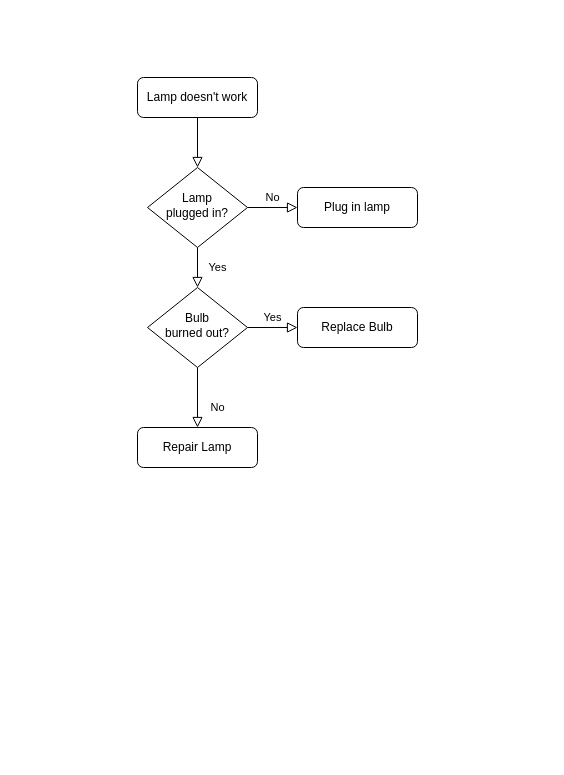
This is Untitled Diagram.drawio from YounTaekSeon/study_vue, a draw.io file, before an edit. Source tidied: cells renumbered, new cells numbered last; positions are measured from the earlier drawing's top-left corner, leaving out a move shared by most shapes. Both pictures are drawn from the tidied source at 100%, with x=0, y=0 at pixel (137, 77).
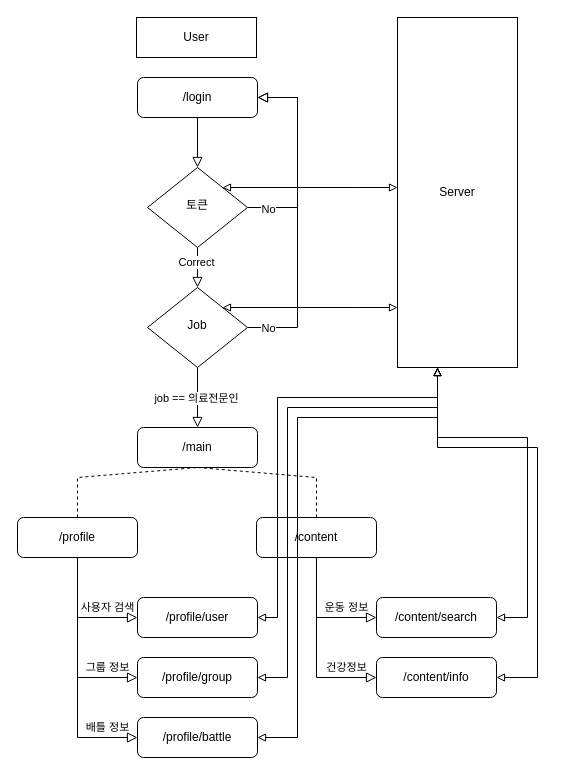
The same page after the edit.

Commit message:
First commit(User/Server/Components/Data)

What changed in the source:
```diff
@@
-    <mxCell id="3" value="Lamp doesn't work" style="rounded=1;whiteSpace=wrap;html=1;fontSize=12;glass=0;strokeWidth=1;shadow=0;" parent="1" vertex="1">
+    <mxCell id="3" value="/login" style="rounded=1;whiteSpace=wrap;html=1;fontSize=12;glass=0;strokeWidth=1;shadow=0;" parent="1" vertex="1">
       <mxGeometry width="120" height="40" as="geometry" />
     </mxCell>
-    <mxCell id="4" value="Yes" style="rounded=0;html=1;jettySize=auto;fontSize=11;endArrow=block;endFill=0;endSize=8;strokeWidth=1;shadow=0;labelBackgroundColor=none;edgeStyle=orthogonalEdgeStyle;" parent="1" edge="1" source="6" target="10">
-      <mxGeometry y="20" relative="1" as="geometry" />
-    </mxCell>
-    <mxCell id="5" value="No" style="edgeStyle=orthogonalEdgeStyle;rounded=0;html=1;jettySize=auto;fontSize=11;endArrow=block;endFill=0;endSize=8;strokeWidth=1;shadow=0;labelBackgroundColor=none;" parent="1" edge="1" source="6" target="7">
-      <mxGeometry y="10" relative="1" as="geometry" />
-    </mxCell>
-    <mxCell id="6" value="Lamp&lt;br&gt;plugged in?" style="rhombus;whiteSpace=wrap;html=1;shadow=0;fontFamily=Helvetica;fontSize=12;align=center;strokeWidth=1;spacing=6;spacingTop=-4;" parent="1" vertex="1">
+    <mxCell id="6" value="토큰" style="rhombus;whiteSpace=wrap;html=1;shadow=0;fontFamily=Helvetica;fontSize=12;align=center;strokeWidth=1;spacing=6;spacingTop=-4;" parent="1" vertex="1">
       <mxGeometry x="10" y="90" width="100" height="80" as="geometry" />
     </mxCell>
-    <mxCell id="7" value="Plug in lamp" style="rounded=1;whiteSpace=wrap;html=1;fontSize=12;glass=0;strokeWidth=1;shadow=0;" parent="1" vertex="1">
-      <mxGeometry x="160" y="110" width="120" height="40" as="geometry" />
-    </mxCell>
-    <mxCell id="8" value="No" style="rounded=0;html=1;jettySize=auto;fontSize=11;endArrow=block;endFill=0;endSize=8;strokeWidth=1;shadow=0;labelBackgroundColor=none;edgeStyle=orthogonalEdgeStyle;" parent="1" edge="1" source="10" target="11">
-      <mxGeometry x="0.33" y="20" relative="1" as="geometry" />
-    </mxCell>
-    <mxCell id="9" value="Yes" style="edgeStyle=orthogonalEdgeStyle;rounded=0;html=1;jettySize=auto;fontSize=11;endArrow=block;endFill=0;endSize=8;strokeWidth=1;shadow=0;labelBackgroundColor=none;" parent="1" edge="1" source="10" target="12">
-      <mxGeometry y="10" relative="1" as="geometry" />
-    </mxCell>
-    <mxCell id="10" value="Bulb&lt;br&gt;burned out?" style="rhombus;whiteSpace=wrap;html=1;shadow=0;fontFamily=Helvetica;fontSize=12;align=center;strokeWidth=1;spacing=6;spacingTop=-4;" parent="1" vertex="1">
+    <mxCell id="10" value="Job" style="rhombus;whiteSpace=wrap;html=1;shadow=0;fontFamily=Helvetica;fontSize=12;align=center;strokeWidth=1;spacing=6;spacingTop=-4;" parent="1" vertex="1">
       <mxGeometry x="10" y="210" width="100" height="80" as="geometry" />
     </mxCell>
-    <mxCell id="11" value="Repair Lamp" style="rounded=1;whiteSpace=wrap;html=1;fontSize=12;glass=0;strokeWidth=1;shadow=0;" parent="1" vertex="1">
+    <mxCell id="11" value="/main" style="rounded=1;whiteSpace=wrap;html=1;fontSize=12;glass=0;strokeWidth=1;shadow=0;" parent="1" vertex="1">
       <mxGeometry y="350" width="120" height="40" as="geometry" />
     </mxCell>
-    <mxCell id="12" value="Replace Bulb" style="rounded=1;whiteSpace=wrap;html=1;fontSize=12;glass=0;strokeWidth=1;shadow=0;" parent="1" vertex="1">
-      <mxGeometry x="160" y="230" width="120" height="40" as="geometry" />
-    </mxCell>
+    <mxCell id="13" value="/content" style="rounded=1;whiteSpace=wrap;html=1;" parent="1" vertex="1">
+      <mxGeometry x="119" y="440" width="120" height="40" as="geometry" />
+    </mxCell>
+    <mxCell id="14" value="/profile" style="rounded=1;whiteSpace=wrap;html=1;" parent="1" vertex="1">
+      <mxGeometry x="-120" y="440" width="120" height="40" as="geometry" />
+    </mxCell>
+    <mxCell id="15" style="endArrow=none;dashed=1;html=1;rounded=0;entryX=0.5;entryY=1;entryDx=0;entryDy=0;exitX=0.5;exitY=0;exitDx=0;exitDy=0;" parent="1" edge="1" source="14" target="11">
+      <mxGeometry relative="1" as="geometry">
+        <Array as="points">
+          <mxPoint x="-60" y="400" />
+        </Array>
+      </mxGeometry>
+    </mxCell>
+    <mxCell id="16" style="endArrow=none;dashed=1;html=1;rounded=0;exitX=0.5;exitY=0;exitDx=0;exitDy=0;entryX=0.5;entryY=1;entryDx=0;entryDy=0;" parent="1" edge="1" source="13" target="11">
+      <mxGeometry relative="1" as="geometry">
+        <Array as="points">
+          <mxPoint x="179" y="400" />
+        </Array>
+      </mxGeometry>
+    </mxCell>
+    <mxCell id="17" value="/profile/user" style="rounded=1;whiteSpace=wrap;html=1;" parent="1" vertex="1">
+      <mxGeometry y="520" width="120" height="40" as="geometry" />
+    </mxCell>
+    <mxCell id="18" value="/profile/group" style="rounded=1;whiteSpace=wrap;html=1;" parent="1" vertex="1">
+      <mxGeometry y="580" width="120" height="40" as="geometry" />
+    </mxCell>
+    <mxCell id="19" value="/profile/battle" style="rounded=1;whiteSpace=wrap;html=1;" parent="1" vertex="1">
+      <mxGeometry y="640" width="120" height="40" as="geometry" />
+    </mxCell>
+    <mxCell id="20" value="/content/search" style="rounded=1;whiteSpace=wrap;html=1;" parent="1" vertex="1">
+      <mxGeometry x="239" y="520" width="120" height="40" as="geometry" />
+    </mxCell>
+    <mxCell id="21" value="/content/info" style="rounded=1;whiteSpace=wrap;html=1;" parent="1" vertex="1">
+      <mxGeometry x="239" y="580" width="120" height="40" as="geometry" />
+    </mxCell>
+    <mxCell id="22" value="배틀 정보" style="rounded=0;html=1;jettySize=auto;fontSize=11;endArrow=block;endFill=0;endSize=8;strokeWidth=1;shadow=0;labelBackgroundColor=none;edgeStyle=orthogonalEdgeStyle;exitX=0.5;exitY=1;exitDx=0;exitDy=0;entryX=0;entryY=0.5;entryDx=0;entryDy=0;" parent="1" edge="1" source="14" target="19">
+      <mxGeometry x="0.75" y="10" relative="1" as="geometry" />
+    </mxCell>
+    <mxCell id="23" value="그룹 정보" style="rounded=0;html=1;jettySize=auto;fontSize=11;endArrow=block;endFill=0;endSize=8;strokeWidth=1;shadow=0;labelBackgroundColor=none;edgeStyle=orthogonalEdgeStyle;entryX=0;entryY=0.5;entryDx=0;entryDy=0;" parent="1" edge="1" target="18">
+      <mxGeometry x="0.67" y="10" relative="1" as="geometry">
+        <mxPoint x="-60" y="480" as="sourcePoint" />
+        <Array as="points">
+          <mxPoint x="-60" y="600" />
+        </Array>
+      </mxGeometry>
+    </mxCell>
+    <mxCell id="24" value="사용자 검색" style="rounded=0;html=1;jettySize=auto;fontSize=11;endArrow=block;endFill=0;endSize=8;strokeWidth=1;shadow=0;labelBackgroundColor=none;edgeStyle=orthogonalEdgeStyle;entryX=0;entryY=0.5;entryDx=0;entryDy=0;" parent="1" edge="1" target="17">
+      <mxGeometry x="0.5" y="10" relative="1" as="geometry">
+        <mxPoint x="-60" y="480" as="sourcePoint" />
+        <Array as="points">
+          <mxPoint x="-60" y="540" />
+        </Array>
+      </mxGeometry>
+    </mxCell>
+    <mxCell id="25" style="rounded=0;html=1;jettySize=auto;fontSize=11;endArrow=block;endFill=0;endSize=8;strokeWidth=1;shadow=0;labelBackgroundColor=none;edgeStyle=orthogonalEdgeStyle;entryX=1;entryY=0.5;entryDx=0;entryDy=0;exitX=1;exitY=0.5;exitDx=0;exitDy=0;" parent="1" edge="1" source="6" target="3">
+      <mxGeometry relative="1" as="geometry">
+        <Array as="points">
+          <mxPoint x="160" y="130" />
+          <mxPoint x="160" y="20" />
+        </Array>
+      </mxGeometry>
+    </mxCell>
+    <mxCell id="26" style="rounded=0;html=1;jettySize=auto;fontSize=11;endArrow=block;endFill=0;endSize=8;strokeWidth=1;shadow=0;labelBackgroundColor=none;edgeStyle=orthogonalEdgeStyle;exitX=1;exitY=0.5;exitDx=0;exitDy=0;" parent="1" edge="1" source="10">
+      <mxGeometry relative="1" as="geometry">
+        <mxPoint x="120" y="20" as="targetPoint" />
+        <Array as="points">
+          <mxPoint x="160" y="250" />
+          <mxPoint x="160" y="20" />
+        </Array>
+      </mxGeometry>
+    </mxCell>
+    <mxCell id="27" value="No" style="edgeLabel;html=1;align=center;verticalAlign=middle;" parent="26" vertex="1">
+      <mxGeometry x="0.52" y="-2" relative="1" as="geometry">
+        <mxPoint x="-32" y="74" as="offset" />
+      </mxGeometry>
+    </mxCell>
+    <mxCell id="28" value="No" style="edgeLabel;html=1;align=center;verticalAlign=middle;" parent="26" vertex="1">
+      <mxGeometry x="-0.33" relative="1" as="geometry">
+        <mxPoint x="-30" y="57" as="offset" />
+      </mxGeometry>
+    </mxCell>
+    <mxCell id="29" style="rounded=0;html=1;jettySize=auto;fontSize=11;endArrow=block;endFill=0;endSize=8;strokeWidth=1;shadow=0;labelBackgroundColor=none;edgeStyle=orthogonalEdgeStyle;" parent="1" edge="1" target="10">
+      <mxGeometry relative="1" as="geometry">
+        <mxPoint x="60" y="170" as="sourcePoint" />
+        <Array as="points">
+          <mxPoint x="60" y="190" />
+          <mxPoint x="60" y="190" />
+        </Array>
+      </mxGeometry>
+    </mxCell>
+    <mxCell id="30" value="Correct" style="edgeLabel;html=1;align=center;verticalAlign=middle;" parent="29" vertex="1">
+      <mxGeometry x="0.52" y="-2" relative="1" as="geometry">
+        <mxPoint y="-16" as="offset" />
+      </mxGeometry>
+    </mxCell>
+    <mxCell id="8" style="rounded=0;html=1;jettySize=auto;fontSize=11;endArrow=block;endFill=0;endSize=8;strokeWidth=1;shadow=0;labelBackgroundColor=none;edgeStyle=orthogonalEdgeStyle;entryX=0.5;entryY=0;entryDx=0;entryDy=0;exitX=0.5;exitY=1;exitDx=0;exitDy=0;" parent="1" edge="1" source="10" target="11">
+      <mxGeometry relative="1" as="geometry">
+        <Array as="points">
+          <mxPoint x="60" y="320" />
+          <mxPoint x="60" y="320" />
+        </Array>
+      </mxGeometry>
+    </mxCell>
+    <mxCell id="31" value="job == 의료전문인" style="edgeLabel;html=1;align=center;verticalAlign=middle;" parent="8" vertex="1">
+      <mxGeometry x="0.52" y="-2" relative="1" as="geometry">
+        <mxPoint y="-16" as="offset" />
+      </mxGeometry>
+    </mxCell>
+    <mxCell id="32" value="User" style="rounded=0;whiteSpace=wrap;html=1;" parent="1" vertex="1">
+      <mxGeometry x="-1" y="-60" width="120" height="40" as="geometry" />
+    </mxCell>
+    <mxCell id="33" value="Server" style="rounded=0;whiteSpace=wrap;html=1;" parent="1" vertex="1">
+      <mxGeometry x="260" y="-60" width="120" height="350" as="geometry" />
+    </mxCell>
+    <mxCell id="34" value="운동 정보" style="rounded=0;html=1;jettySize=auto;orthogonalLoop=1;fontSize=11;endArrow=block;endFill=0;endSize=8;strokeWidth=1;shadow=0;labelBackgroundColor=none;edgeStyle=orthogonalEdgeStyle;entryX=0;entryY=0.5;entryDx=0;entryDy=0;" parent="1" edge="1">
+      <mxGeometry x="0.5" y="10" relative="1" as="geometry">
+        <mxPoint x="179" y="480" as="sourcePoint" />
+        <mxPoint x="239" y="540" as="targetPoint" />
+        <Array as="points">
+          <mxPoint x="179" y="540" />
+        </Array>
+      </mxGeometry>
+    </mxCell>
+    <mxCell id="35" value="건강정보" style="rounded=0;html=1;jettySize=auto;orthogonalLoop=1;fontSize=11;endArrow=block;endFill=0;endSize=8;strokeWidth=1;shadow=0;labelBackgroundColor=none;edgeStyle=orthogonalEdgeStyle;entryX=0;entryY=0.5;entryDx=0;entryDy=0;" parent="1" edge="1">
+      <mxGeometry x="0.67" y="10" relative="1" as="geometry">
+        <mxPoint x="179" y="480" as="sourcePoint" />
+        <mxPoint x="239" y="600" as="targetPoint" />
+        <Array as="points">
+          <mxPoint x="179" y="600" />
+        </Array>
+      </mxGeometry>
+    </mxCell>
+    <mxCell id="36" style="endArrow=block;startArrow=block;html=1;rounded=0;endFill=0;startFill=0;entryX=0;entryY=0.721;entryDx=0;entryDy=0;entryPerimeter=0;exitX=1;exitY=0;exitDx=0;exitDy=0;" parent="1" edge="1" source="10">
+      <mxGeometry relative="1" as="geometry">
+        <mxPoint x="260" y="230" as="targetPoint" />
+        <Array as="points">
+          <mxPoint x="220" y="230" />
+        </Array>
+      </mxGeometry>
+    </mxCell>
+    <mxCell id="37" style="endArrow=block;startArrow=block;html=1;rounded=0;endFill=0;startFill=0;entryX=0;entryY=0.721;entryDx=0;entryDy=0;entryPerimeter=0;exitX=1;exitY=0;exitDx=0;exitDy=0;" parent="1" edge="1">
+      <mxGeometry relative="1" as="geometry">
+        <mxPoint x="85" y="110" as="sourcePoint" />
+        <mxPoint x="260" y="110" as="targetPoint" />
+        <Array as="points">
+          <mxPoint x="220" y="110" />
+        </Array>
+      </mxGeometry>
+    </mxCell>
+    <mxCell id="38" style="endArrow=block;startArrow=block;html=1;rounded=0;endFill=0;startFill=0;exitX=1;exitY=0.5;exitDx=0;exitDy=0;" parent="1" edge="1" source="18">
+      <mxGeometry relative="1" as="geometry">
+        <mxPoint x="300" y="290" as="targetPoint" />
+        <Array as="points">
+          <mxPoint x="150" y="600" />
+          <mxPoint x="150" y="330" />
+          <mxPoint x="300" y="330" />
+        </Array>
+      </mxGeometry>
+    </mxCell>
+    <mxCell id="39" style="endArrow=block;startArrow=block;html=1;rounded=0;endFill=0;startFill=0;exitX=1;exitY=0.5;exitDx=0;exitDy=0;" parent="1" edge="1">
+      <mxGeometry relative="1" as="geometry">
+        <mxPoint x="120" y="660" as="sourcePoint" />
+        <mxPoint x="300" y="290" as="targetPoint" />
+        <Array as="points">
+          <mxPoint x="160" y="660" />
+          <mxPoint x="160" y="340" />
+          <mxPoint x="300" y="340" />
+        </Array>
+      </mxGeometry>
+    </mxCell>
+    <mxCell id="40" style="endArrow=block;startArrow=block;html=1;rounded=0;endFill=0;startFill=0;entryX=0.5;entryY=1;entryDx=0;entryDy=0;exitX=1;exitY=0.5;exitDx=0;exitDy=0;" parent="1" edge="1" source="20">
+      <mxGeometry relative="1" as="geometry">
+        <mxPoint x="300" y="290" as="targetPoint" />
+        <Array as="points">
+          <mxPoint x="390" y="540" />
+          <mxPoint x="390" y="360" />
+          <mxPoint x="300" y="360" />
+        </Array>
+      </mxGeometry>
+    </mxCell>
+    <mxCell id="41" style="endArrow=block;startArrow=block;html=1;rounded=0;endFill=0;startFill=0;entryX=0.5;entryY=1;entryDx=0;entryDy=0;exitX=1;exitY=0.5;exitDx=0;exitDy=0;" parent="1" edge="1" source="21">
+      <mxGeometry relative="1" as="geometry">
+        <mxPoint x="300" y="290" as="targetPoint" />
+        <Array as="points">
+          <mxPoint x="400" y="600" />
+          <mxPoint x="400" y="370" />
+          <mxPoint x="300" y="370" />
+        </Array>
+      </mxGeometry>
+    </mxCell>
+    <mxCell id="42" style="endArrow=block;startArrow=block;html=1;rounded=0;endFill=0;startFill=0;exitX=1;exitY=0.5;exitDx=0;exitDy=0;" parent="1" edge="1" source="17">
+      <mxGeometry relative="1" as="geometry">
+        <mxPoint x="300" y="290" as="targetPoint" />
+        <Array as="points">
+          <mxPoint x="140" y="540" />
+          <mxPoint x="140" y="320" />
+          <mxPoint x="300" y="320" />
+        </Array>
+      </mxGeometry>
+    </mxCell>
```
